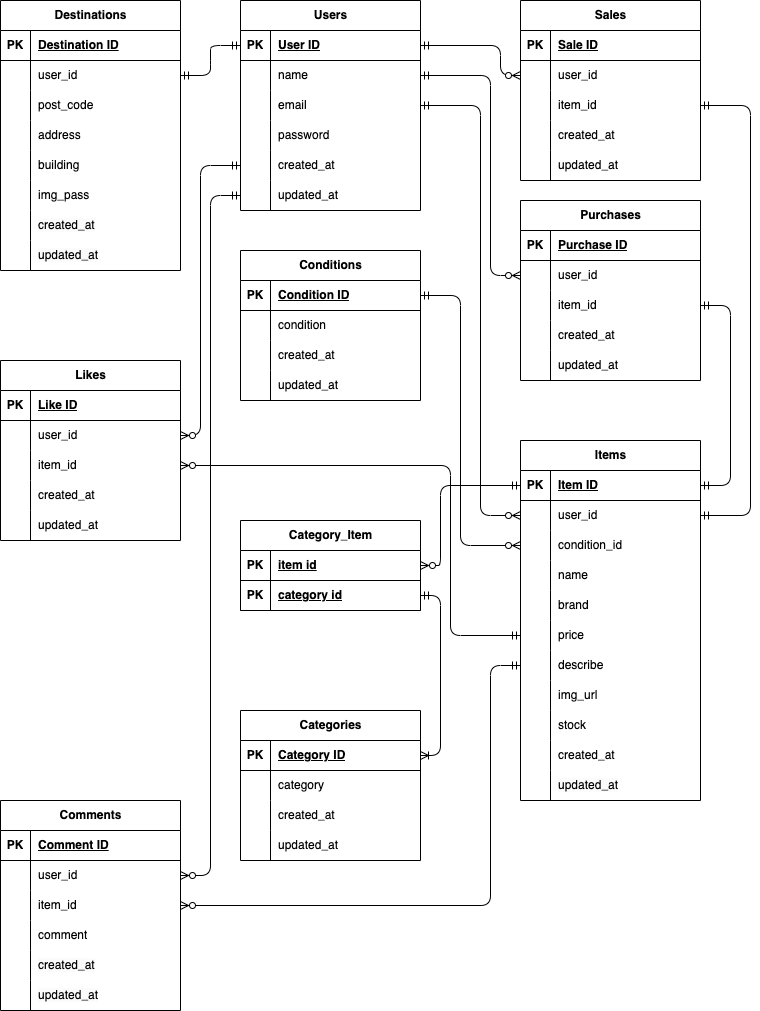
Earlier version of the draw.io export src/EntityRelationshipDiagram.drawio.png (StrawberryFairyPrincess/flea-market_mock). Source tidied: cells renumbered, new cells last; positions are measured from the earlier drawing's top-left corner, leaving out a move shared by most shapes.
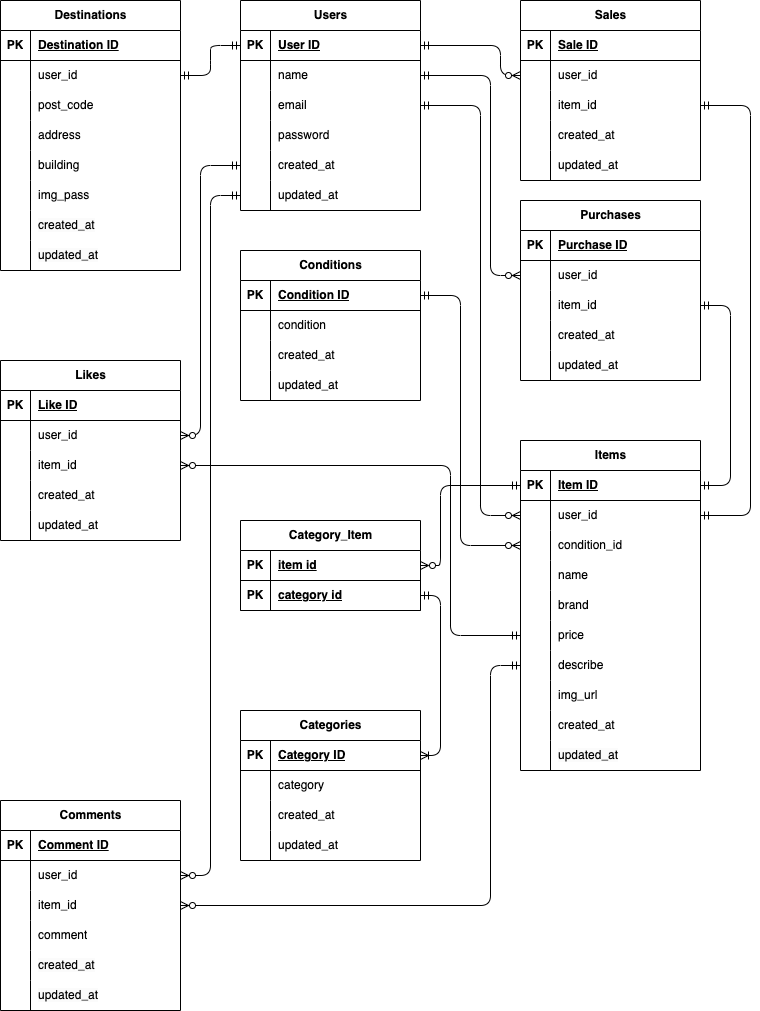
Later version of the same file.

The edit, as a diff of the source:
```diff
@@ -3,7 +3,7 @@
     <mxCell id="0" />
     <mxCell id="1" parent="0" />
     <mxCell id="2" value="Items" style="shape=table;startSize=30;rowLines=0;fontStyle=1;align=center;html=1;" parent="1" vertex="1">
-      <mxGeometry x="520" y="440" width="180" height="360" as="geometry" />
+      <mxGeometry x="520" y="440" width="180" height="330" as="geometry" />
     </mxCell>
     <mxCell id="3" style="shape=tableRow;horizontal=0;startSize=0;swimlaneHead=0;swimlaneBody=0;fillColor=none;points=[[0,0.5],[1,0.5]];portConstraint=eastwest;top=0;left=0;right=0;bottom=1;" parent="2" vertex="1">
       <mxGeometry y="30" width="180" height="30" as="geometry" />
@@ -77,17 +77,8 @@
     <mxCell id="26" value="img_url" style="shape=partialRectangle;fillColor=none;top=0;left=0;bottom=0;right=0;align=left;spacingLeft=6;overflow=hidden;whiteSpace=wrap;html=1;" parent="24" vertex="1">
       <mxGeometry x="30" width="150" height="30" as="geometry" />
     </mxCell>
-    <mxCell id="27" style="shape=tableRow;horizontal=0;startSize=0;swimlaneHead=0;swimlaneBody=0;fillColor=none;top=0;left=0;right=0;bottom=0;" parent="2" vertex="1">
-      <mxGeometry y="270" width="180" height="30" as="geometry" />
-    </mxCell>
-    <mxCell id="28" style="shape=partialRectangle;fillColor=none;top=0;left=0;bottom=0;right=0;overflow=hidden;whiteSpace=wrap;html=1;" parent="27" vertex="1">
-      <mxGeometry width="30" height="30" as="geometry" />
-    </mxCell>
-    <mxCell id="29" value="stock" style="shape=partialRectangle;fillColor=none;top=0;left=0;bottom=0;right=0;align=left;spacingLeft=6;overflow=hidden;whiteSpace=wrap;html=1;" parent="27" vertex="1">
-      <mxGeometry x="30" width="150" height="30" as="geometry" />
-    </mxCell>
     <mxCell id="30" style="shape=tableRow;horizontal=0;startSize=0;swimlaneHead=0;swimlaneBody=0;fillColor=none;top=0;left=0;right=0;bottom=0;" parent="2" vertex="1">
-      <mxGeometry y="300" width="180" height="30" as="geometry" />
+      <mxGeometry y="270" width="180" height="30" as="geometry" />
     </mxCell>
     <mxCell id="31" style="shape=partialRectangle;fillColor=none;top=0;left=0;bottom=0;right=0;overflow=hidden;whiteSpace=wrap;html=1;" parent="30" vertex="1">
       <mxGeometry width="30" height="30" as="geometry" />
@@ -96,7 +87,7 @@
       <mxGeometry x="30" width="150" height="30" as="geometry" />
     </mxCell>
     <mxCell id="33" style="shape=tableRow;horizontal=0;startSize=0;swimlaneHead=0;swimlaneBody=0;fillColor=none;top=0;left=0;right=0;bottom=0;" parent="2" vertex="1">
-      <mxGeometry y="330" width="180" height="30" as="geometry" />
+      <mxGeometry y="300" width="180" height="30" as="geometry" />
     </mxCell>
     <mxCell id="34" style="shape=partialRectangle;fillColor=none;top=0;left=0;bottom=0;right=0;overflow=hidden;whiteSpace=wrap;html=1;" parent="33" vertex="1">
       <mxGeometry width="30" height="30" as="geometry" />
```
